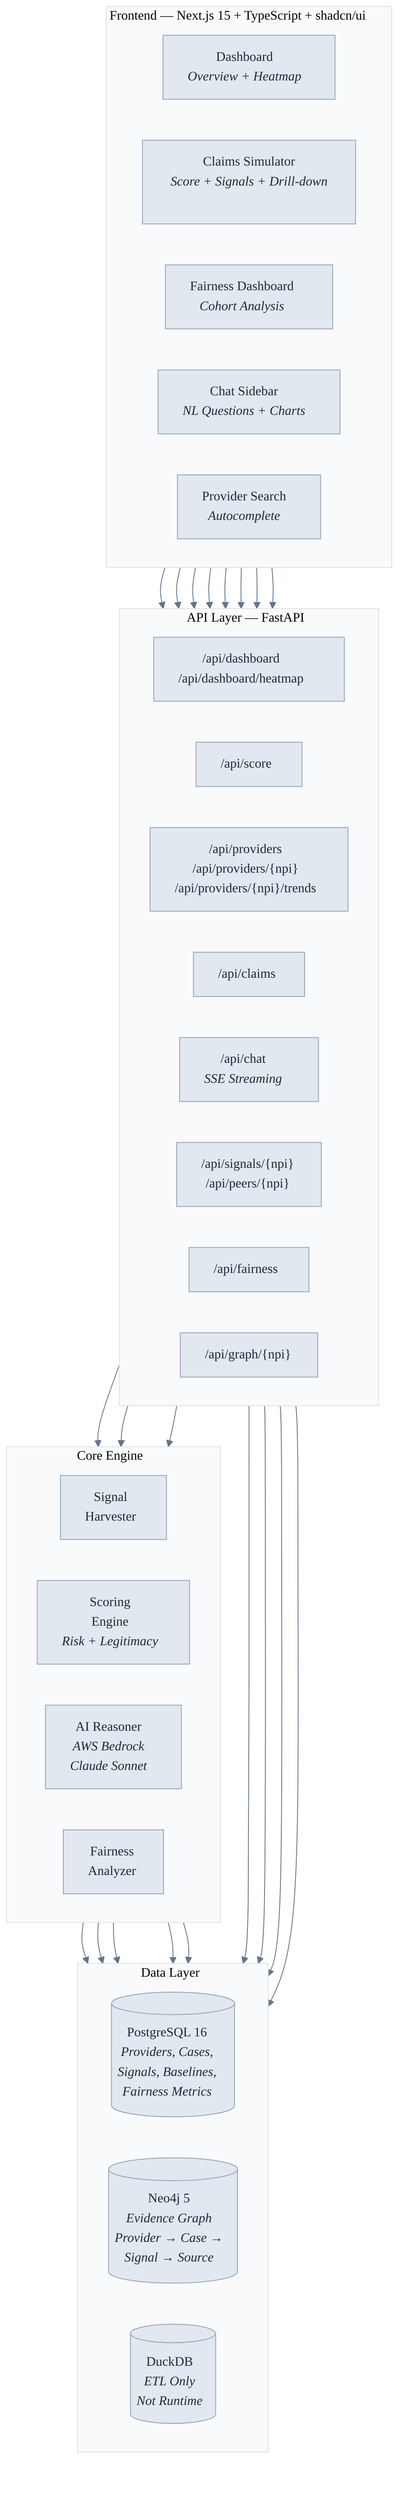
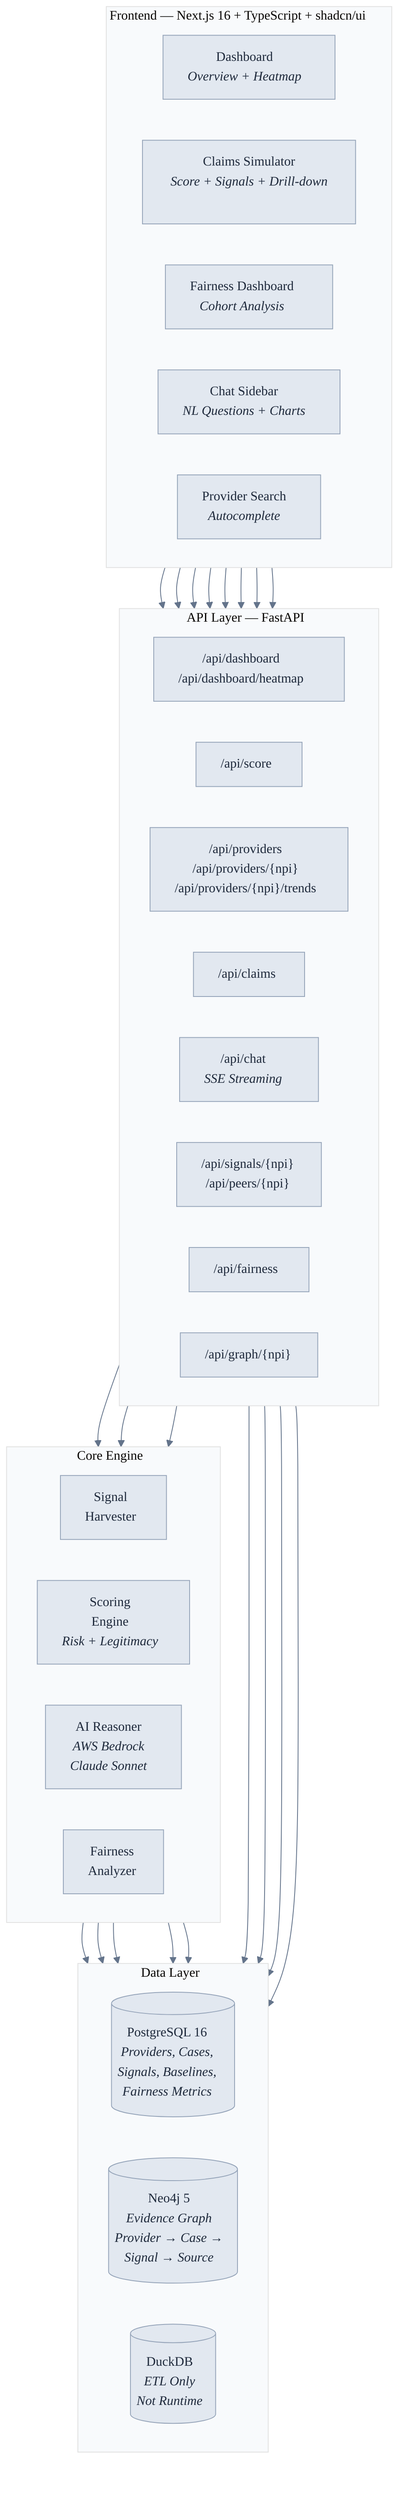
%%{init: {'theme': 'base', 'themeVariables': {'primaryColor': '#e2e8f0', 'primaryTextColor': '#1e293b', 'primaryBorderColor': '#94a3b8', 'lineColor': '#64748b', 'secondaryColor': '#f1f5f9', 'tertiaryColor': '#f8fafc', 'fontFamily': 'Inter, system-ui, sans-serif'}}}%%

graph TB
-     subgraph Frontend["Frontend — Next.js 15 + TypeScript + shadcn/ui"]
+     subgraph Frontend["Frontend — Next.js 16 + TypeScript + shadcn/ui"]
        direction LR
        DASH["Dashboard<br/><i>Overview + Heatmap</i>"]
        CLAIMS["Claims Simulator<br/><i>Score + Signals + Drill-down</i>"]
        FAIR_UI["Fairness Dashboard<br/><i>Cohort Analysis</i>"]
        CHAT_UI["Chat Sidebar<br/><i>NL Questions + Charts</i>"]
        SEARCH["Provider Search<br/><i>Autocomplete</i>"]
    end

    subgraph API["API Layer — FastAPI"]
        direction LR
        DASH_API["/api/dashboard<br/>/api/dashboard/heatmap"]
        SCORE_API["/api/score"]
        PROV_API["/api/providers<br/>/api/providers/{npi}<br/>/api/providers/{npi}/trends"]
        CLAIMS_API["/api/claims"]
        CHAT_API["/api/chat<br/><i>SSE Streaming</i>"]
        SIG_API["/api/signals/{npi}<br/>/api/peers/{npi}"]
        FAIR_API["/api/fairness"]
        GRAPH_API["/api/graph/{npi}"]
    end

    subgraph Engine["Core Engine"]
        direction LR
        HARVEST["Signal<br/>Harvester"]
        SCORING["Scoring<br/>Engine<br/><i>Risk + Legitimacy</i>"]
        AI["AI Reasoner<br/><i>AWS Bedrock<br/>Claude Sonnet</i>"]
        FAIRNESS["Fairness<br/>Analyzer"]
    end

    subgraph Data["Data Layer"]
        direction LR
        PG[("PostgreSQL 16<br/><i>Providers, Cases,<br/>Signals, Baselines,<br/>Fairness Metrics</i>")]
        NEO[("Neo4j 5<br/><i>Evidence Graph<br/>Provider → Case →<br/>Signal → Source</i>")]
        DUCK[("DuckDB<br/><i>ETL Only<br/>Not Runtime</i>")]
    end

    Frontend --> API
    DASH --> DASH_API
    CLAIMS --> SCORE_API
    CLAIMS --> PROV_API
    CLAIMS --> CLAIMS_API
    CHAT_UI --> CHAT_API
    FAIR_UI --> FAIR_API
    SEARCH --> PROV_API

    SCORE_API --> SCORING
    CHAT_API --> AI
    DASH_API --> PG
    FAIR_API --> FAIRNESS
    GRAPH_API --> NEO

    SCORING --> PG
    HARVEST --> PG
    AI --> PG
    FAIRNESS --> PG
    SCORING --> NEO
    SIG_API --> PG
    SIG_API --> NEO
